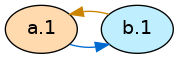
Above: lib/graphs/arg_pw2_graph_colored.png in idaks/Games-and-Argumentation (Graphviz), before the change. Its source is kept beside it as lib/graphs/arg_pw2_graph_colored.dot.
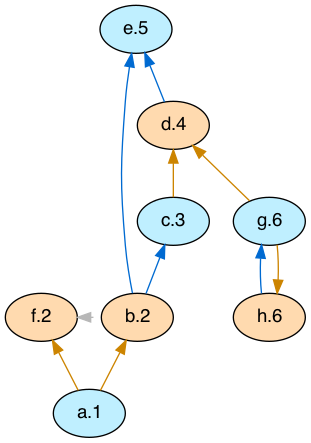
Later version of the same file.

Change to the diagram source:
```diff
@@ -2,13 +2,29 @@
   rankdir="TB"
   node [shape=oval style=filled fontname=Helvetica fontsize=14]
   node [fillcolor="#ffdaaf" fontcolor="#000000"]
+       b[label="b.2"]
+       f[label="f.2"]
+       d[label="d.4"]
+       h[label="h.6"]
+  node [fillcolor="#bfefff" fontcolor="#000000"]
        a[label="a.1"]
-  node [fillcolor="#bfefff" fontcolor="#000000"]
-       b[label="b.1"]
+       c[label="c.3"]
+       e[label="e.5"]
+       g[label="g.6"]
+  edge [dir=back color="#cc8400" style="solid"]
+        "b" -> "a"
+        "f" -> "a"
+        "d" -> "c"
+        "d" -> "g"
+        "h" -> "g"
   edge [dir=back color="#006ad1" style="solid"]
-        "b" -> "a"
-  edge [dir=back color="#cc8400" style="solid"]
-        "a" -> "b"
+        "c" -> "b"
+        "e" -> "b"
+        "e" -> "d"
+        "g" -> "h"
+  edge [dir=back color="#b7b7b7" style="dotted" constraint=false]
+        "f" -> "b"
 
-  {rank = max b a}
+  {rank = max a}
+  {rank = min e}
 }
```
